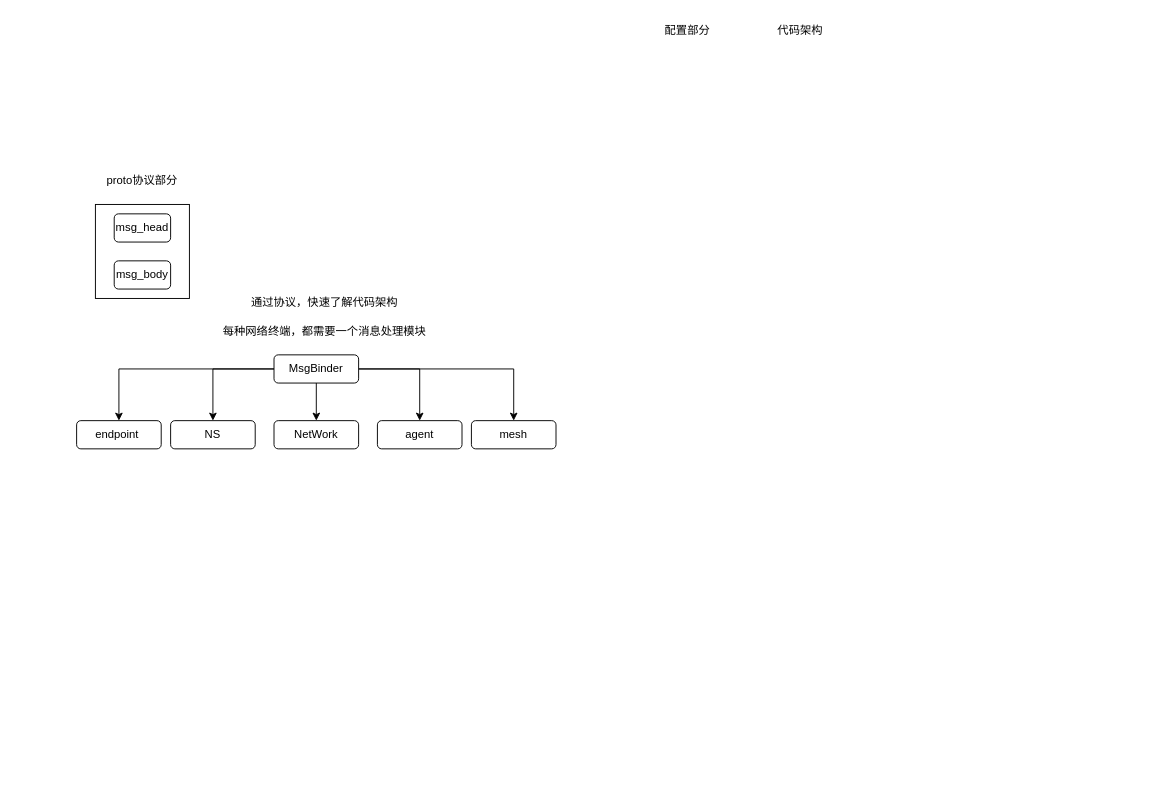
Above: 实战项目之tbuspp2.drawio in junpfeng/UE (draw.io), before the change. Source tidied: cells renumbered, new cells numbered last; positions are measured from the earlier drawing's top-left corner, leaving out a move shared by most shapes. Both pictures are drawn from the tidied source at 94%, with x=0, y=0 at pixel (76, 16).
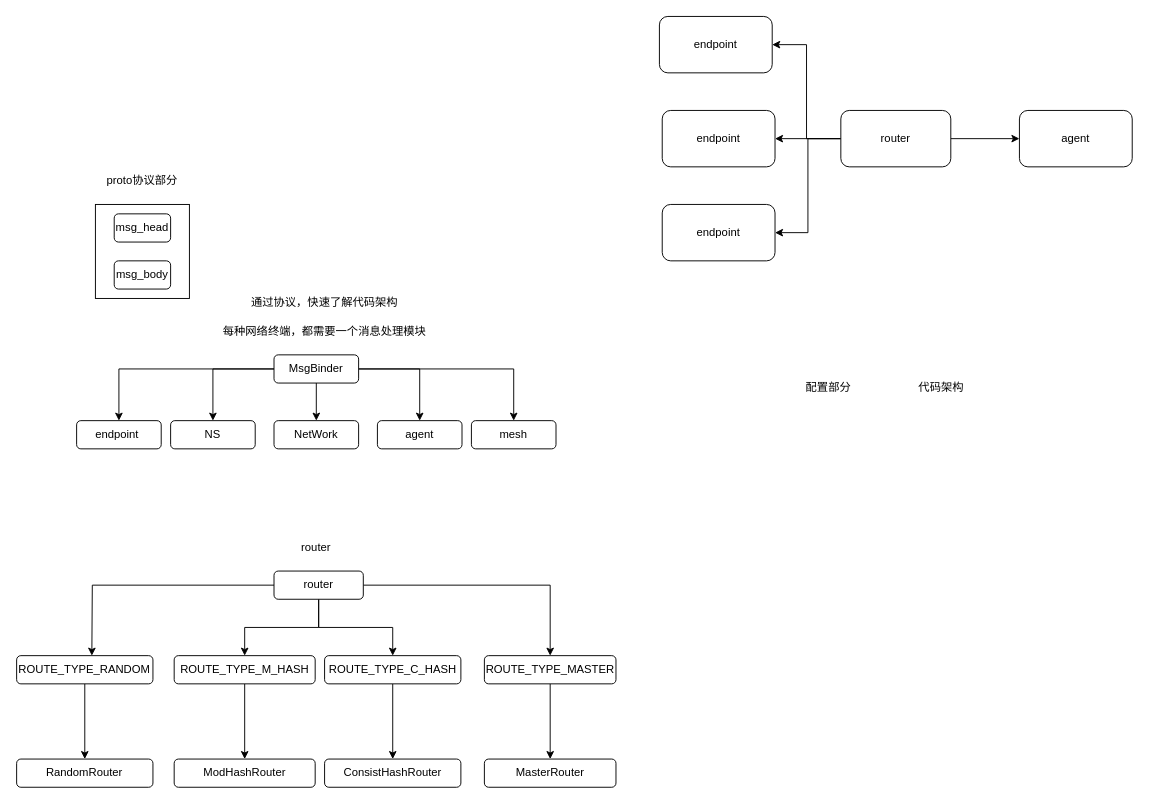
The same diagram, later.

Commit message:
更新实战项目之tbuspp2.drawio

Change to the diagram source:
```diff
@@
     <mxCell id="3" value="配置部分" style="text;html=1;align=center;verticalAlign=middle;whiteSpace=wrap;rounded=0;" parent="1" vertex="1">
-      <mxGeometry x="620" width="60" height="30" as="geometry" />
+      <mxGeometry x="770" y="380" width="60" height="30" as="geometry" />
     </mxCell>
     <mxCell id="4" value="代码架构" style="text;html=1;align=center;verticalAlign=middle;whiteSpace=wrap;rounded=0;" parent="1" vertex="1">
-      <mxGeometry x="740" width="60" height="30" as="geometry" />
+      <mxGeometry x="890" y="380" width="60" height="30" as="geometry" />
     </mxCell>
@@
+    <mxCell id="21" value="router" style="text;html=1;align=center;verticalAlign=middle;whiteSpace=wrap;rounded=0;" parent="1" vertex="1">
+      <mxGeometry x="225" y="550" width="60" height="30" as="geometry" />
+    </mxCell>
+    <mxCell id="22" style="edgeStyle=orthogonalEdgeStyle;rounded=0;jettySize=auto;html=1;" parent="1" edge="1" source="26">
+      <mxGeometry relative="1" as="geometry">
+        <mxPoint x="16.2" y="680" as="targetPoint" />
+      </mxGeometry>
+    </mxCell>
+    <mxCell id="23" style="edgeStyle=orthogonalEdgeStyle;rounded=0;jettySize=auto;html=1;" parent="1" edge="1" source="26" target="30">
+      <mxGeometry relative="1" as="geometry" />
+    </mxCell>
+    <mxCell id="24" style="edgeStyle=orthogonalEdgeStyle;rounded=0;jettySize=auto;html=1;" parent="1" edge="1" source="26" target="32">
+      <mxGeometry relative="1" as="geometry" />
+    </mxCell>
+    <mxCell id="25" style="edgeStyle=orthogonalEdgeStyle;rounded=0;jettySize=auto;html=1;" parent="1" edge="1" source="26" target="34">
+      <mxGeometry relative="1" as="geometry" />
+    </mxCell>
+    <mxCell id="26" value="router" style="rounded=1;whiteSpace=wrap;html=1;" parent="1" vertex="1">
+      <mxGeometry x="210" y="590" width="95" height="30" as="geometry" />
+    </mxCell>
+    <mxCell id="27" style="edgeStyle=orthogonalEdgeStyle;rounded=0;jettySize=auto;html=1;" parent="1" edge="1" source="28" target="38">
+      <mxGeometry relative="1" as="geometry" />
+    </mxCell>
+    <mxCell id="28" value="ROUTE_TYPE_RANDOM" style="rounded=1;whiteSpace=wrap;html=1;" parent="1" vertex="1">
+      <mxGeometry x="-63.8" y="680" width="145" height="30" as="geometry" />
+    </mxCell>
+    <mxCell id="29" style="edgeStyle=orthogonalEdgeStyle;rounded=0;jettySize=auto;html=1;" parent="1" edge="1" source="30" target="37">
+      <mxGeometry relative="1" as="geometry" />
+    </mxCell>
+    <mxCell id="30" value="ROUTE_TYPE_MASTER" style="rounded=1;whiteSpace=wrap;html=1;" parent="1" vertex="1">
+      <mxGeometry x="433.8" y="680" width="140" height="30" as="geometry" />
+    </mxCell>
+    <mxCell id="31" style="edgeStyle=orthogonalEdgeStyle;rounded=0;jettySize=auto;html=1;" parent="1" edge="1" source="32" target="36">
+      <mxGeometry relative="1" as="geometry" />
+    </mxCell>
+    <mxCell id="32" value="ROUTE_TYPE_C_HASH" style="rounded=1;whiteSpace=wrap;html=1;" parent="1" vertex="1">
+      <mxGeometry x="263.8" y="680" width="145" height="30" as="geometry" />
+    </mxCell>
+    <mxCell id="33" style="edgeStyle=orthogonalEdgeStyle;rounded=0;jettySize=auto;html=1;" parent="1" edge="1" source="34" target="35">
+      <mxGeometry relative="1" as="geometry" />
+    </mxCell>
+    <mxCell id="34" value="ROUTE_TYPE_M_HASH" style="rounded=1;whiteSpace=wrap;html=1;" parent="1" vertex="1">
+      <mxGeometry x="103.8" y="680" width="150" height="30" as="geometry" />
+    </mxCell>
+    <mxCell id="35" value="ModHashRouter" style="rounded=1;whiteSpace=wrap;html=1;" parent="1" vertex="1">
+      <mxGeometry x="103.8" y="790" width="150" height="30" as="geometry" />
+    </mxCell>
+    <mxCell id="36" value="ConsistHashRouter" style="rounded=1;whiteSpace=wrap;html=1;" parent="1" vertex="1">
+      <mxGeometry x="263.8" y="790" width="145" height="30" as="geometry" />
+    </mxCell>
+    <mxCell id="37" value="MasterRouter" style="rounded=1;whiteSpace=wrap;html=1;" parent="1" vertex="1">
+      <mxGeometry x="433.8" y="790" width="140" height="30" as="geometry" />
+    </mxCell>
+    <mxCell id="38" value="RandomRouter" style="rounded=1;whiteSpace=wrap;html=1;" parent="1" vertex="1">
+      <mxGeometry x="-63.8" y="790" width="145" height="30" as="geometry" />
+    </mxCell>
+    <mxCell id="39" value="agent" style="rounded=1;whiteSpace=wrap;html=1;" parent="1" vertex="1">
+      <mxGeometry x="1003" y="100" width="120" height="60" as="geometry" />
+    </mxCell>
+    <mxCell id="40" style="edgeStyle=orthogonalEdgeStyle;rounded=0;jettySize=auto;html=1;entryX=1;entryY=0.5;entryDx=0;entryDy=0;" parent="1" edge="1" source="44" target="45">
+      <mxGeometry relative="1" as="geometry" />
+    </mxCell>
+    <mxCell id="41" style="edgeStyle=orthogonalEdgeStyle;rounded=0;jettySize=auto;html=1;entryX=1;entryY=0.5;entryDx=0;entryDy=0;" parent="1" edge="1" source="44" target="46">
+      <mxGeometry relative="1" as="geometry" />
+    </mxCell>
+    <mxCell id="42" style="edgeStyle=orthogonalEdgeStyle;rounded=0;jettySize=auto;html=1;entryX=1;entryY=0.5;entryDx=0;entryDy=0;" parent="1" edge="1" source="44" target="47">
+      <mxGeometry relative="1" as="geometry" />
+    </mxCell>
+    <mxCell id="43" style="edgeStyle=orthogonalEdgeStyle;rounded=0;jettySize=auto;html=1;entryX=0;entryY=0.5;entryDx=0;entryDy=0;" parent="1" edge="1" source="44" target="39">
+      <mxGeometry relative="1" as="geometry" />
+    </mxCell>
+    <mxCell id="44" value="router" style="rounded=1;whiteSpace=wrap;html=1;" parent="1" vertex="1">
+      <mxGeometry x="813" y="100" width="117" height="60" as="geometry" />
+    </mxCell>
+    <mxCell id="45" value="endpoint" style="rounded=1;whiteSpace=wrap;html=1;" parent="1" vertex="1">
+      <mxGeometry x="620" width="120" height="60" as="geometry" />
+    </mxCell>
+    <mxCell id="46" value="endpoint" style="rounded=1;whiteSpace=wrap;html=1;" parent="1" vertex="1">
+      <mxGeometry x="623" y="100" width="120" height="60" as="geometry" />
+    </mxCell>
+    <mxCell id="47" value="endpoint" style="rounded=1;whiteSpace=wrap;html=1;" parent="1" vertex="1">
+      <mxGeometry x="623" y="200" width="120" height="60" as="geometry" />
+    </mxCell>
```
